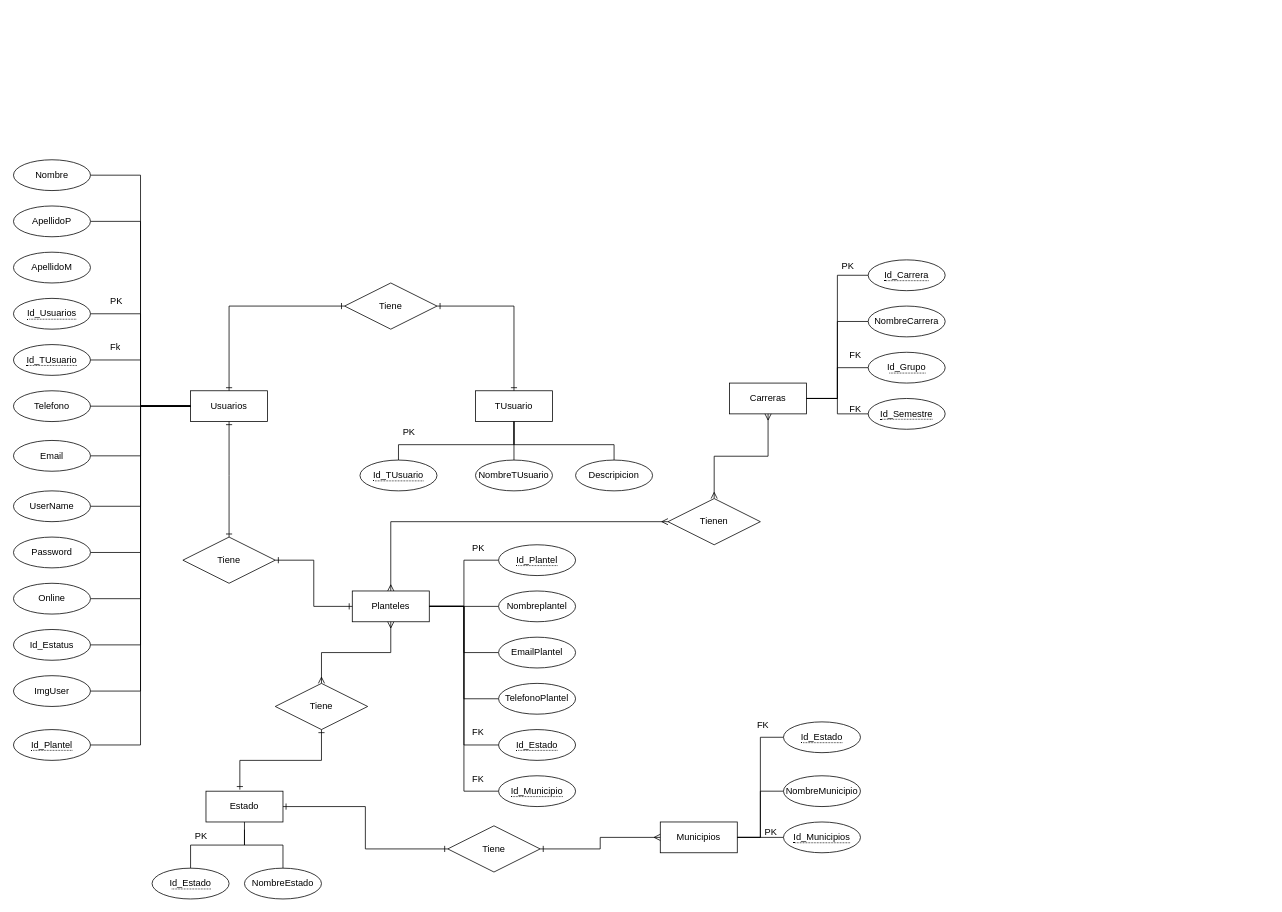
JlchavezG/webProfesional keeps this draw.io diagram as Diagrama_Code.drawio. Above is the earlier version. Source tidied: cells renumbered, new cells numbered last; positions are measured from the earlier drawing's top-left corner, leaving out a move shared by most shapes. Both pictures are drawn from the tidied source at 77%, with x=0, y=0 at pixel (13, 159).
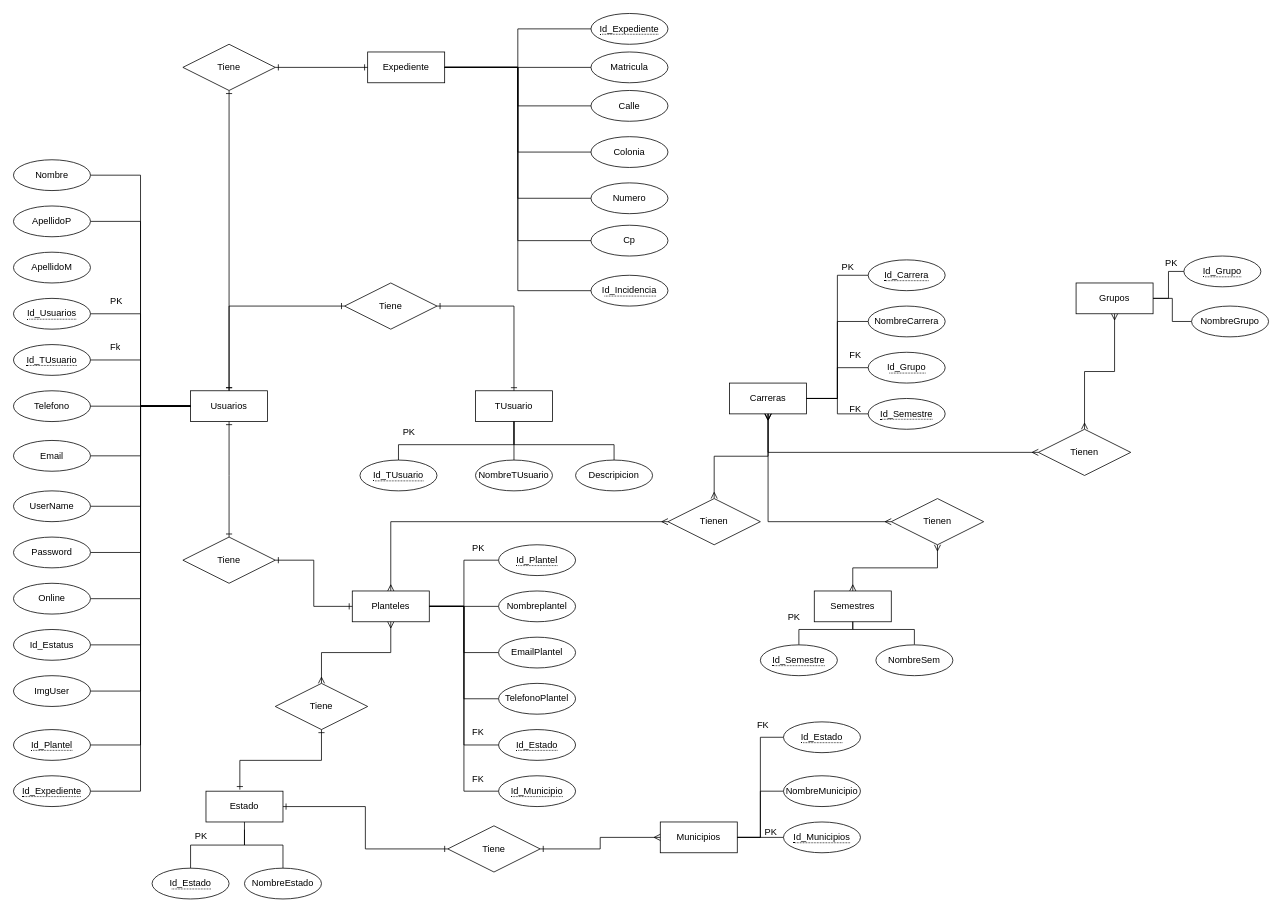
The same page after the edit.

The change refers to these unchanged cells:
```xml
<mxCell id="2" value="Usuarios" style="whiteSpace=wrap;html=1;align=center;" parent="1" vertex="1">
  <mxGeometry x="230" y="300" width="100" height="40" as="geometry" />
</mxCell>
<mxCell id="81" value="Carreras" style="whiteSpace=wrap;html=1;align=center;" parent="1" vertex="1">
  <mxGeometry x="930" y="290" width="100" height="40" as="geometry" />
</mxCell>
```

Diff of the diagram source:
```diff
@@
+    <mxCell id="96" value="Semestres" style="whiteSpace=wrap;html=1;align=center;" parent="1" vertex="1">
+      <mxGeometry x="1040" y="560" width="100" height="40" as="geometry" />
+    </mxCell>
+    <mxCell id="97" style="edgeStyle=orthogonalEdgeStyle;rounded=0;jettySize=auto;html=1;entryX=0.5;entryY=1;entryDx=0;entryDy=0;endArrow=none;endFill=0;" parent="1" edge="1" source="98" target="96">
+      <mxGeometry relative="1" as="geometry" />
+    </mxCell>
+    <mxCell id="98" value="&lt;span style=&quot;border-bottom: 1px dotted&quot;&gt;Id_Semestre&lt;/span&gt;" style="ellipse;whiteSpace=wrap;html=1;align=center;" parent="1" vertex="1">
+      <mxGeometry x="970" y="630" width="100" height="40" as="geometry" />
+    </mxCell>
+    <mxCell id="99" style="edgeStyle=orthogonalEdgeStyle;rounded=0;jettySize=auto;html=1;entryX=0.5;entryY=1;entryDx=0;entryDy=0;endArrow=none;endFill=0;" parent="1" edge="1" source="100" target="96">
+      <mxGeometry relative="1" as="geometry">
+        <Array as="points">
+          <mxPoint x="1170" y="610" />
+          <mxPoint x="1090" y="610" />
+        </Array>
+      </mxGeometry>
+    </mxCell>
+    <mxCell id="100" value="NombreSem" style="ellipse;whiteSpace=wrap;html=1;align=center;" parent="1" vertex="1">
+      <mxGeometry x="1120" y="630" width="100" height="40" as="geometry" />
+    </mxCell>
+    <mxCell id="101" value="PK" style="text;strokeColor=none;fillColor=none;spacingLeft=4;spacingRight=4;overflow=hidden;fontSize=12;whiteSpace=wrap;html=1;" parent="1" vertex="1">
+      <mxGeometry x="1000" y="580" width="40" height="30" as="geometry" />
+    </mxCell>
+    <mxCell id="102" style="edgeStyle=orthogonalEdgeStyle;rounded=0;jettySize=auto;html=1;entryX=0.5;entryY=1;entryDx=0;entryDy=0;endArrow=ERmany;endFill=0;startArrow=ERmany;startFill=0;" parent="1" edge="1" source="104" target="81">
+      <mxGeometry relative="1" as="geometry">
+        <Array as="points">
+          <mxPoint x="980" y="470" />
+        </Array>
+      </mxGeometry>
+    </mxCell>
+    <mxCell id="103" style="edgeStyle=orthogonalEdgeStyle;rounded=0;jettySize=auto;html=1;entryX=0.5;entryY=0;entryDx=0;entryDy=0;endArrow=ERmany;endFill=0;startArrow=ERmany;startFill=0;" parent="1" edge="1" source="104" target="96">
+      <mxGeometry relative="1" as="geometry" />
+    </mxCell>
+    <mxCell id="104" value="Tienen" style="shape=rhombus;perimeter=rhombusPerimeter;whiteSpace=wrap;html=1;align=center;" parent="1" vertex="1">
+      <mxGeometry x="1140" y="440" width="120" height="60" as="geometry" />
+    </mxCell>
+    <mxCell id="105" value="Grupos" style="whiteSpace=wrap;html=1;align=center;" parent="1" vertex="1">
+      <mxGeometry x="1380" y="160" width="100" height="40" as="geometry" />
+    </mxCell>
+    <mxCell id="106" style="edgeStyle=orthogonalEdgeStyle;rounded=0;jettySize=auto;html=1;entryX=1;entryY=0.5;entryDx=0;entryDy=0;endArrow=none;endFill=0;" parent="1" edge="1" source="107" target="105">
+      <mxGeometry relative="1" as="geometry" />
+    </mxCell>
+    <mxCell id="107" value="&lt;span style=&quot;border-bottom: 1px dotted&quot;&gt;Id_Grupo&lt;/span&gt;" style="ellipse;whiteSpace=wrap;html=1;align=center;" parent="1" vertex="1">
+      <mxGeometry x="1520" y="125" width="100" height="40" as="geometry" />
+    </mxCell>
+    <mxCell id="108" style="edgeStyle=orthogonalEdgeStyle;rounded=0;jettySize=auto;html=1;entryX=1;entryY=0.5;entryDx=0;entryDy=0;endArrow=none;endFill=0;" parent="1" edge="1" source="109" target="105">
+      <mxGeometry relative="1" as="geometry" />
+    </mxCell>
+    <mxCell id="109" value="NombreGrupo" style="ellipse;whiteSpace=wrap;html=1;align=center;" parent="1" vertex="1">
+      <mxGeometry x="1530" y="190" width="100" height="40" as="geometry" />
+    </mxCell>
+    <mxCell id="110" value="PK" style="text;strokeColor=none;fillColor=none;spacingLeft=4;spacingRight=4;overflow=hidden;fontSize=12;whiteSpace=wrap;html=1;" parent="1" vertex="1">
+      <mxGeometry x="1490" y="120" width="40" height="30" as="geometry" />
+    </mxCell>
+    <mxCell id="111" style="edgeStyle=orthogonalEdgeStyle;rounded=0;jettySize=auto;html=1;entryX=0.5;entryY=1;entryDx=0;entryDy=0;endArrow=ERmany;endFill=0;startArrow=ERmany;startFill=0;" parent="1" edge="1" source="113" target="81">
+      <mxGeometry relative="1" as="geometry" />
+    </mxCell>
+    <mxCell id="112" style="edgeStyle=orthogonalEdgeStyle;rounded=0;jettySize=auto;html=1;entryX=0.5;entryY=1;entryDx=0;entryDy=0;endArrow=ERmany;endFill=0;startArrow=ERmany;startFill=0;" parent="1" edge="1" source="113" target="105">
+      <mxGeometry relative="1" as="geometry" />
+    </mxCell>
+    <mxCell id="113" value="Tienen" style="shape=rhombus;perimeter=rhombusPerimeter;whiteSpace=wrap;html=1;align=center;" parent="1" vertex="1">
+      <mxGeometry x="1331" y="350" width="120" height="60" as="geometry" />
+    </mxCell>
+    <mxCell id="114" value="Expediente" style="whiteSpace=wrap;html=1;align=center;" parent="1" vertex="1">
+      <mxGeometry x="460" y="-140" width="100" height="40" as="geometry" />
+    </mxCell>
+    <mxCell id="115" style="edgeStyle=orthogonalEdgeStyle;rounded=0;jettySize=auto;html=1;entryX=0;entryY=0.5;entryDx=0;entryDy=0;endArrow=none;endFill=0;" parent="1" edge="1" source="116" target="2">
+      <mxGeometry relative="1" as="geometry" />
+    </mxCell>
+    <mxCell id="116" value="&lt;span style=&quot;border-bottom: 1px dotted&quot;&gt;Id_Expediente&lt;/span&gt;" style="ellipse;whiteSpace=wrap;html=1;align=center;" parent="1" vertex="1">
+      <mxGeometry y="800" width="100" height="40" as="geometry" />
+    </mxCell>
+    <mxCell id="117" style="edgeStyle=orthogonalEdgeStyle;rounded=0;jettySize=auto;html=1;entryX=0.5;entryY=0;entryDx=0;entryDy=0;endArrow=ERone;endFill=0;startArrow=ERone;startFill=0;" parent="1" edge="1" source="119" target="2">
+      <mxGeometry relative="1" as="geometry" />
+    </mxCell>
+    <mxCell id="118" style="edgeStyle=orthogonalEdgeStyle;rounded=0;jettySize=auto;html=1;entryX=0;entryY=0.5;entryDx=0;entryDy=0;endArrow=ERone;endFill=0;startArrow=ERone;startFill=0;" parent="1" edge="1" source="119" target="114">
+      <mxGeometry relative="1" as="geometry" />
+    </mxCell>
+    <mxCell id="119" value="Tiene" style="shape=rhombus;perimeter=rhombusPerimeter;whiteSpace=wrap;html=1;align=center;" parent="1" vertex="1">
+      <mxGeometry x="220" y="-150" width="120" height="60" as="geometry" />
+    </mxCell>
+    <mxCell id="120" style="edgeStyle=orthogonalEdgeStyle;rounded=0;jettySize=auto;html=1;entryX=1;entryY=0.5;entryDx=0;entryDy=0;endArrow=none;endFill=0;" parent="1" edge="1" source="121" target="114">
+      <mxGeometry relative="1" as="geometry" />
+    </mxCell>
+    <mxCell id="121" value="&lt;span style=&quot;border-bottom: 1px dotted&quot;&gt;Id_Expediente&lt;/span&gt;" style="ellipse;whiteSpace=wrap;html=1;align=center;" parent="1" vertex="1">
+      <mxGeometry x="750" y="-190" width="100" height="40" as="geometry" />
+    </mxCell>
+    <mxCell id="122" style="edgeStyle=orthogonalEdgeStyle;rounded=0;jettySize=auto;html=1;entryX=1;entryY=0.5;entryDx=0;entryDy=0;endArrow=none;endFill=0;" parent="1" edge="1" source="123" target="114">
+      <mxGeometry relative="1" as="geometry" />
+    </mxCell>
+    <mxCell id="123" value="Matricula" style="ellipse;whiteSpace=wrap;html=1;align=center;" parent="1" vertex="1">
+      <mxGeometry x="750" y="-140" width="100" height="40" as="geometry" />
+    </mxCell>
+    <mxCell id="124" style="edgeStyle=orthogonalEdgeStyle;rounded=0;jettySize=auto;html=1;entryX=1;entryY=0.5;entryDx=0;entryDy=0;endArrow=none;endFill=0;" parent="1" edge="1" source="125" target="114">
+      <mxGeometry relative="1" as="geometry" />
+    </mxCell>
+    <mxCell id="125" value="Calle" style="ellipse;whiteSpace=wrap;html=1;align=center;" parent="1" vertex="1">
+      <mxGeometry x="750" y="-90" width="100" height="40" as="geometry" />
+    </mxCell>
+    <mxCell id="126" style="edgeStyle=orthogonalEdgeStyle;rounded=0;jettySize=auto;html=1;entryX=1;entryY=0.5;entryDx=0;entryDy=0;endArrow=none;endFill=0;" parent="1" edge="1" source="127" target="114">
+      <mxGeometry relative="1" as="geometry" />
+    </mxCell>
+    <mxCell id="127" value="Colonia" style="ellipse;whiteSpace=wrap;html=1;align=center;" parent="1" vertex="1">
+      <mxGeometry x="750" y="-30" width="100" height="40" as="geometry" />
+    </mxCell>
+    <mxCell id="128" style="edgeStyle=orthogonalEdgeStyle;rounded=0;jettySize=auto;html=1;entryX=1;entryY=0.5;entryDx=0;entryDy=0;endArrow=none;endFill=0;" parent="1" edge="1" source="129" target="114">
+      <mxGeometry relative="1" as="geometry" />
+    </mxCell>
+    <mxCell id="129" value="Numero" style="ellipse;whiteSpace=wrap;html=1;align=center;" parent="1" vertex="1">
+      <mxGeometry x="750" y="30" width="100" height="40" as="geometry" />
+    </mxCell>
+    <mxCell id="130" style="edgeStyle=orthogonalEdgeStyle;rounded=0;jettySize=auto;html=1;entryX=1;entryY=0.5;entryDx=0;entryDy=0;endArrow=none;endFill=0;" parent="1" edge="1" source="131" target="114">
+      <mxGeometry relative="1" as="geometry" />
+    </mxCell>
+    <mxCell id="131" value="Cp" style="ellipse;whiteSpace=wrap;html=1;align=center;" parent="1" vertex="1">
+      <mxGeometry x="750" y="85" width="100" height="40" as="geometry" />
+    </mxCell>
+    <mxCell id="132" style="edgeStyle=orthogonalEdgeStyle;rounded=0;jettySize=auto;html=1;entryX=1;entryY=0.5;entryDx=0;entryDy=0;endArrow=none;endFill=0;" parent="1" edge="1" source="133" target="114">
+      <mxGeometry relative="1" as="geometry" />
+    </mxCell>
+    <mxCell id="133" value="&lt;span style=&quot;border-bottom: 1px dotted&quot;&gt;Id_Incidencia&lt;/span&gt;" style="ellipse;whiteSpace=wrap;html=1;align=center;" parent="1" vertex="1">
+      <mxGeometry x="750" y="150" width="100" height="40" as="geometry" />
+    </mxCell>
```
